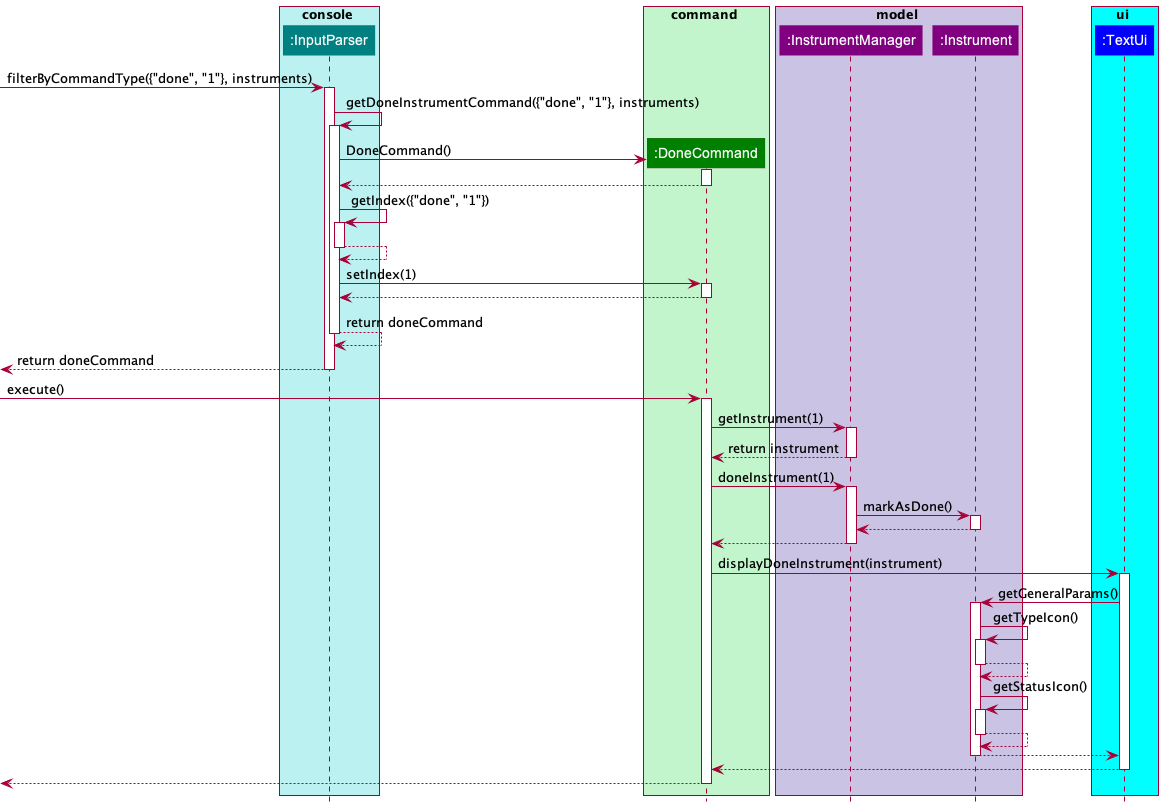
The PlantUML diagram docs/images/DoneCryptoSequenceDiagram.png in williamlamjy/mTracker, before a commit.
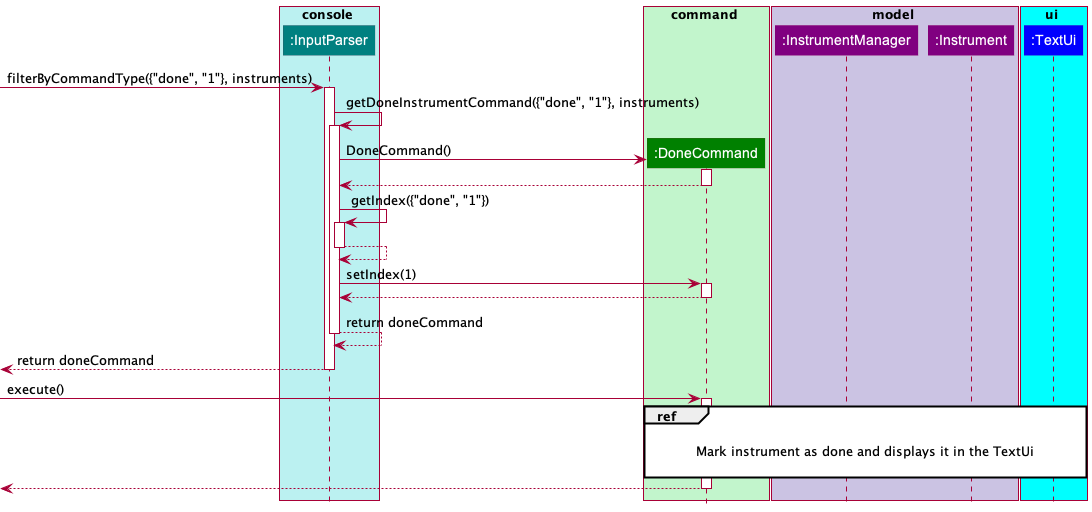
The same file after the commit.

Commit message:
added ref diagram for done command execution

Change to the diagram source:
```diff
@@ -51,47 +51,11 @@
 [->DoneCommand:execute()
 activate DoneCommand
 
+ref over DoneCommand, InstrumentManager, Instrument, TextUi
 
-DoneCommand-> InstrumentManager: getInstrument(1)
-activate InstrumentManager
+Mark instrument as done and displays it in the TextUi
 
-
-InstrumentManager--> DoneCommand: return instrument
-deactivate InstrumentManager
-
-DoneCommand-> InstrumentManager: doneInstrument(1)
-activate InstrumentManager
-
-InstrumentManager-> Instrument: markAsDone()
-activate Instrument
-
-Instrument--> InstrumentManager
-deactivate Instrument
-
-InstrumentManager--> DoneCommand
-deactivate InstrumentManager
-
-DoneCommand-> TextUi: displayDoneInstrument(instrument)
-activate TextUi
-
-TextUi-> Instrument: getGeneralParams()
-activate Instrument
-
-Instrument-> Instrument: getTypeIcon()
-activate Instrument
-Instrument--> Instrument
-deactivate Instrument
-
-Instrument-> Instrument: getStatusIcon()
-activate Instrument
-Instrument--> Instrument
-deactivate Instrument
-
-Instrument--> TextUi
-deactivate Instrument
-
-TextUi--> DoneCommand
-deactivate TextUi
+endref
 
 [<--DoneCommand
 deactivate DoneCommand
```
